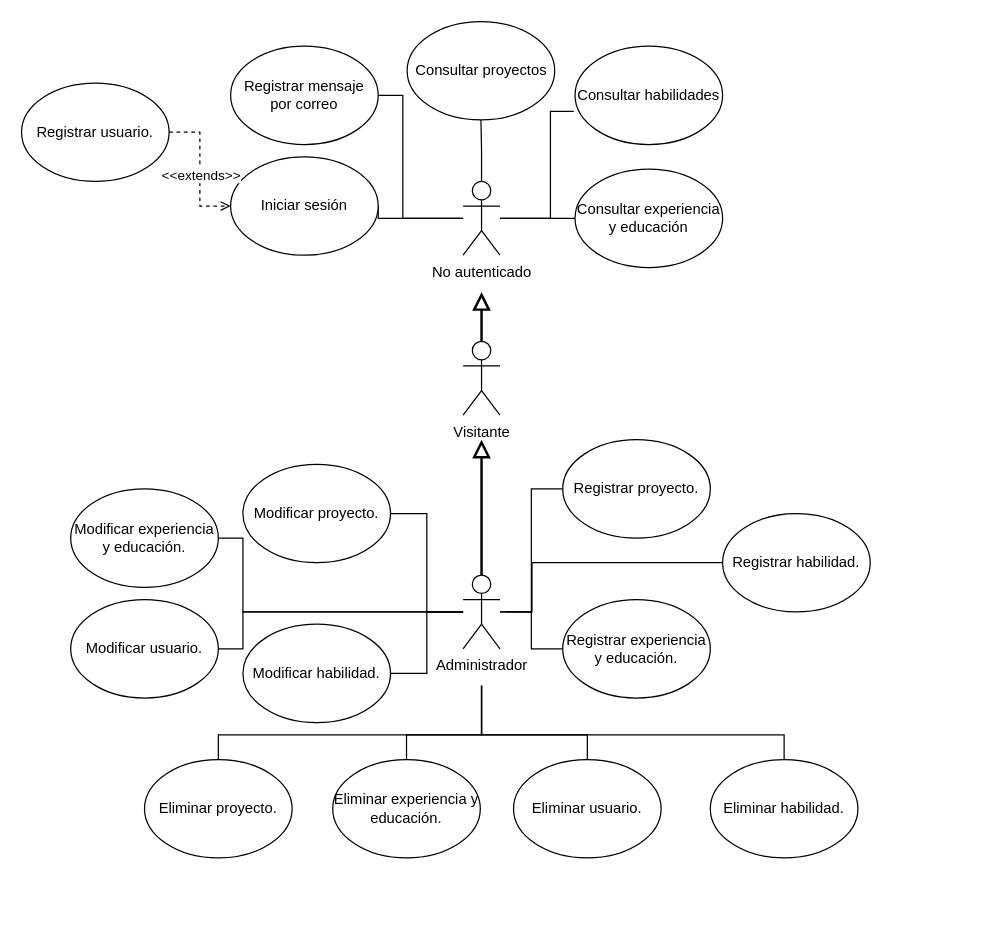
Earlier version of the draw.io diagram Diagramas/Actividad/Casos de uso.drawio (YaelChar417/portfolio). Source tidied: cells renumbered, new cells numbered last; positions are measured from the earlier drawing's top-left corner, leaving out a move shared by most shapes. Both pictures are drawn from the tidied source at 123%, with x=0, y=0 at pixel (21, 21).
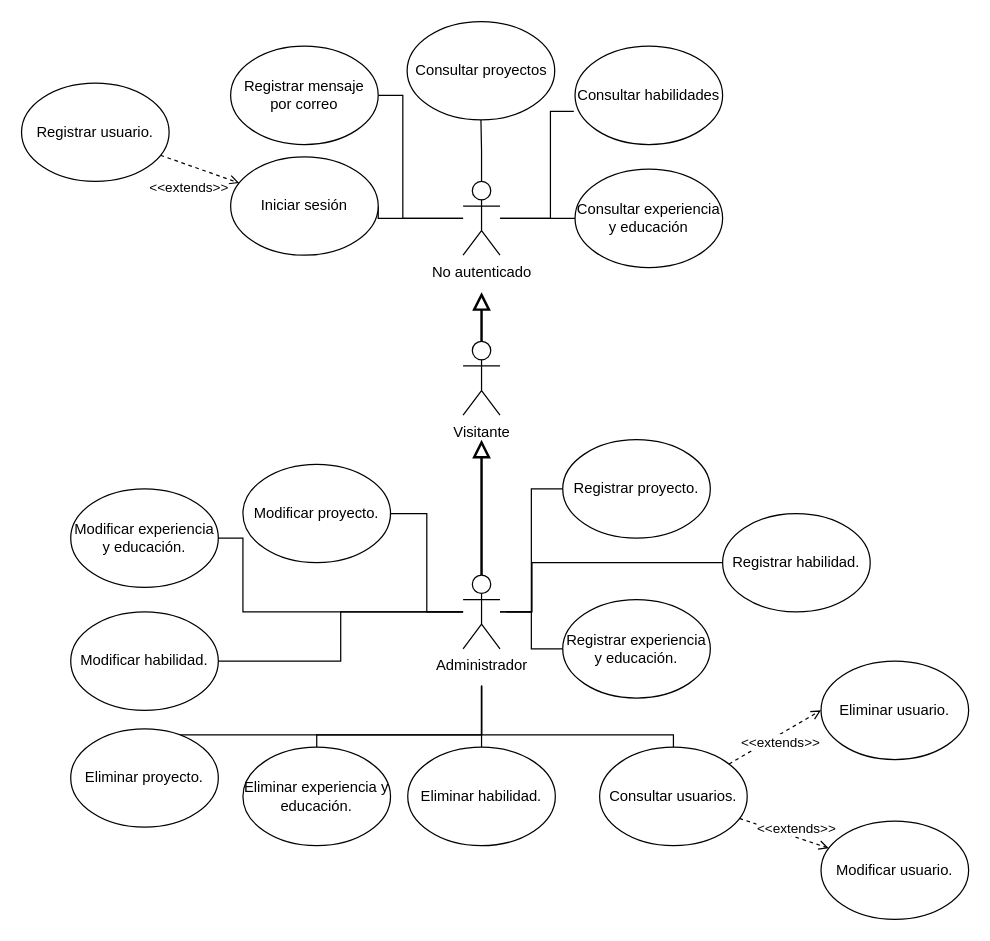
After the change.

Commit message (it also covers changes not shown here):
Fix: documentos de diagrama de casos de uso y requerimientos modificados para agregar un nuevo caso de uso para consultar usuarios

The change refers to these unchanged cells:
```xml
<mxCell id="21" value="Administrador" style="shape=umlActor;verticalLabelPosition=bottom;verticalAlign=top;html=1;outlineConnect=0;" parent="1" vertex="1">
  <mxGeometry x="359" y="450" width="30" height="60" as="geometry" />
</mxCell>
<mxCell id="26" value="Iniciar sesión" style="ellipse;whiteSpace=wrap;html=1;" parent="1" vertex="1">
  <mxGeometry x="170" y="110" width="120" height="80" as="geometry" />
</mxCell>
<mxCell id="29" value="Registrar usuario." style="ellipse;whiteSpace=wrap;html=1;" parent="1" vertex="1">
  <mxGeometry y="50" width="120" height="80" as="geometry" />
</mxCell>
```

Diff of the diagram source:
```diff
@@
-    <mxCell id="16" style="edgeStyle=orthogonalEdgeStyle;rounded=0;jettySize=auto;html=1;endArrow=none;startFill=0;" parent="1" edge="1" source="21" target="37">
-      <mxGeometry relative="1" as="geometry">
-        <Array as="points">
-          <mxPoint x="180" y="480" />
-          <mxPoint x="180" y="510" />
-        </Array>
-      </mxGeometry>
-    </mxCell>
@@
     <mxCell id="18" style="edgeStyle=orthogonalEdgeStyle;rounded=0;jettySize=auto;html=1;endArrow=none;startFill=0;" parent="1" edge="1" target="39">
       <mxGeometry relative="1" as="geometry">
         <mxPoint x="374" y="540" as="sourcePoint" />
         <Array as="points">
           <mxPoint x="374" y="580" />
-          <mxPoint x="313" y="580" />
+          <mxPoint x="240" y="580" />
         </Array>
       </mxGeometry>
     </mxCell>
     <mxCell id="19" style="edgeStyle=orthogonalEdgeStyle;rounded=0;jettySize=auto;html=1;endArrow=none;startFill=0;" parent="1" edge="1" target="40">
       <mxGeometry relative="1" as="geometry">
         <mxPoint x="374" y="540" as="sourcePoint" />
         <Array as="points">
           <mxPoint x="374" y="580" />
-          <mxPoint x="460" y="580" />
+          <mxPoint x="530" y="580" />
         </Array>
       </mxGeometry>
     </mxCell>
     <mxCell id="20" style="edgeStyle=orthogonalEdgeStyle;rounded=0;jettySize=auto;html=1;endArrow=none;startFill=0;" parent="1" edge="1" target="41">
       <mxGeometry relative="1" as="geometry">
         <mxPoint x="374" y="540" as="sourcePoint" />
         <Array as="points">
-          <mxPoint x="374" y="580" />
-          <mxPoint x="620" y="580" />
+          <mxPoint x="374" y="610" />
+          <mxPoint x="374" y="610" />
         </Array>
       </mxGeometry>
     </mxCell>
@@
-    <mxCell id="27" style="edgeStyle=orthogonalEdgeStyle;rounded=0;jettySize=auto;html=1;endArrow=open;endFill=0;dashed=1;" parent="1" edge="1" source="29" target="26">
+    <mxCell id="27" style="rounded=0;jettySize=auto;html=1;endArrow=open;endFill=0;dashed=1;" parent="1" edge="1" source="29" target="26">
       <mxGeometry relative="1" as="geometry" />
     </mxCell>
@@
     <mxCell id="35" value="Modificar habilidad." style="ellipse;whiteSpace=wrap;html=1;" parent="1" vertex="1">
-      <mxGeometry x="180" y="490" width="120" height="80" as="geometry" />
+      <mxGeometry x="40" y="480" width="120" height="80" as="geometry" />
     </mxCell>
@@
     <mxCell id="37" value="Modificar usuario." style="ellipse;whiteSpace=wrap;html=1;" parent="1" vertex="1">
-      <mxGeometry x="40" y="470" width="120" height="80" as="geometry" />
+      <mxGeometry x="650" y="650" width="120" height="80" as="geometry" />
     </mxCell>
     <mxCell id="38" value="Eliminar proyecto." style="ellipse;whiteSpace=wrap;html=1;" parent="1" vertex="1">
-      <mxGeometry x="100" y="600" width="120" height="80" as="geometry" />
+      <mxGeometry x="40" y="575" width="120" height="80" as="geometry" />
     </mxCell>
     <mxCell id="39" value="Eliminar experiencia y educación." style="ellipse;whiteSpace=wrap;html=1;" parent="1" vertex="1">
-      <mxGeometry x="253" y="600" width="120" height="80" as="geometry" />
+      <mxGeometry x="180" y="590" width="120" height="80" as="geometry" />
     </mxCell>
+    <mxCell id="42" style="rounded=0;jettySize=auto;html=1;dashed=1;endArrow=open;endFill=0;entryX=0;entryY=0.5;entryDx=0;entryDy=0;" parent="1" edge="1" source="40" target="46">
+      <mxGeometry relative="1" as="geometry" />
+    </mxCell>
+    <mxCell id="43" value="&amp;lt;&amp;lt;extends&amp;gt;&amp;gt;" style="edgeLabel;html=1;align=center;verticalAlign=middle;" parent="42" vertex="1">
+      <mxGeometry x="0.03" y="-4" relative="1" as="geometry">
+        <mxPoint y="1" as="offset" />
+      </mxGeometry>
+    </mxCell>
+    <mxCell id="44" style="rounded=0;jettySize=auto;html=1;dashed=1;endArrow=open;endFill=0;" parent="1" edge="1" source="40" target="37">
+      <mxGeometry relative="1" as="geometry" />
+    </mxCell>
+    <mxCell id="45" value="&amp;lt;&amp;lt;extends&amp;gt;&amp;gt;" style="edgeLabel;html=1;align=center;verticalAlign=middle;" parent="44" vertex="1">
+      <mxGeometry x="-0.17" y="3" relative="1" as="geometry">
+        <mxPoint x="15" as="offset" />
+      </mxGeometry>
+    </mxCell>
-    <mxCell id="40" value="Eliminar usuario." style="ellipse;whiteSpace=wrap;html=1;" parent="1" vertex="1">
-      <mxGeometry x="400" y="600" width="120" height="80" as="geometry" />
+    <mxCell id="40" value="Consultar usuarios." style="ellipse;whiteSpace=wrap;html=1;" parent="1" vertex="1">
+      <mxGeometry x="470" y="590" width="120" height="80" as="geometry" />
     </mxCell>
     <mxCell id="41" value="Eliminar habilidad." style="ellipse;whiteSpace=wrap;html=1;" parent="1" vertex="1">
-      <mxGeometry x="560" y="600" width="120" height="80" as="geometry" />
+      <mxGeometry x="314" y="590" width="120" height="80" as="geometry" />
     </mxCell>
+    <mxCell id="46" value="Eliminar usuario." style="ellipse;whiteSpace=wrap;html=1;" parent="1" vertex="1">
+      <mxGeometry x="650" y="520" width="120" height="80" as="geometry" />
+    </mxCell>
```
